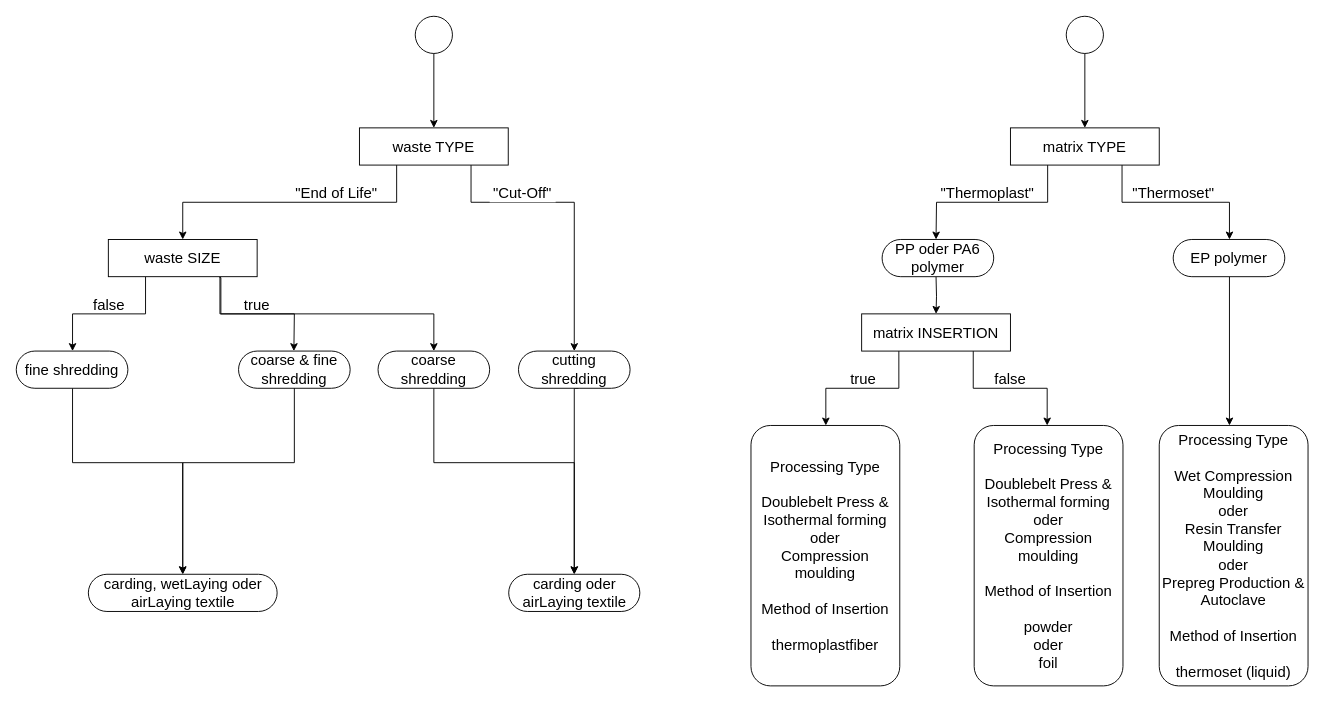
Above: diagrams/oekocap_webapp_abhaengigkeiten_diagramm.drawio in ITA-Augsburg/OEkoCap (draw.io), before the change. Source tidied: cells renumbered, new cells numbered last; positions are measured from the earlier drawing's top-left corner, leaving out a move shared by most shapes. Both pictures are drawn from the tidied source at 93%, with x=0, y=0 at pixel (16, 16).
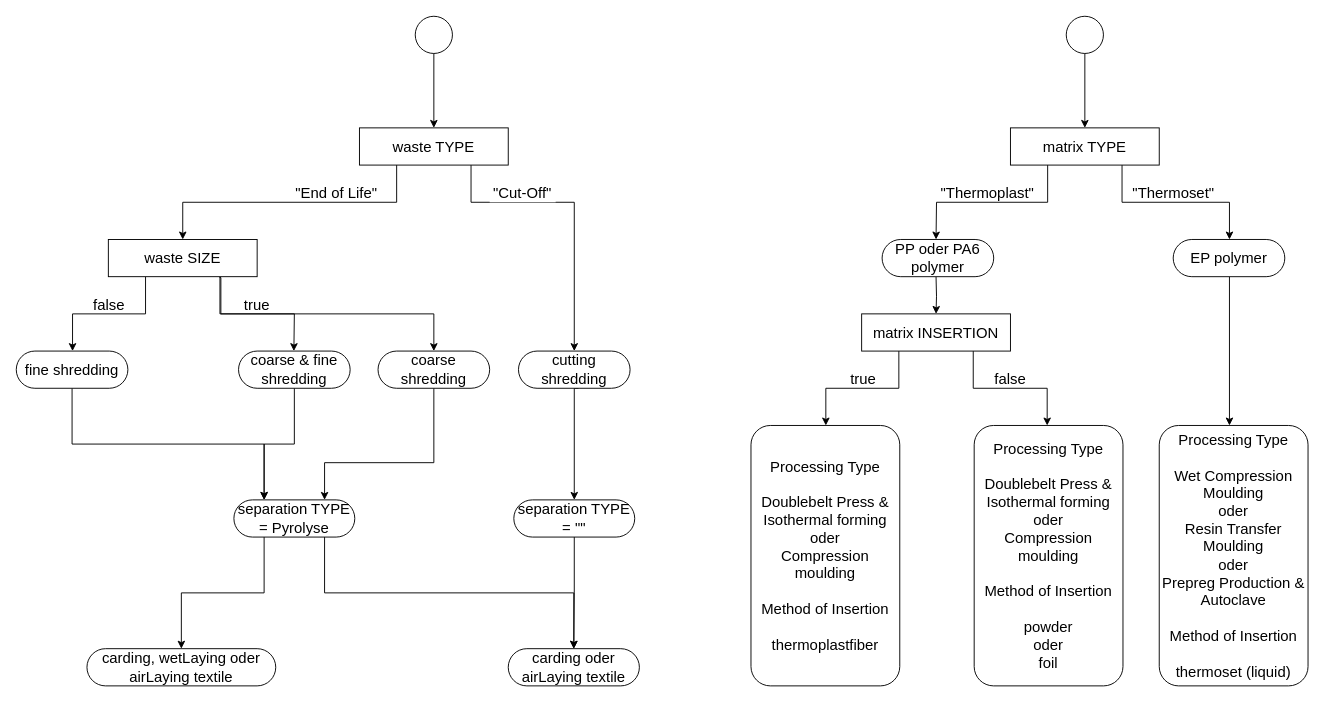
The same diagram, later.

The change refers to these unchanged cells:
```xml
<mxCell id="17" value="&lt;font style=&quot;font-size: 16px&quot;&gt;coarse &amp;amp; fine shredding&lt;/font&gt;" style="rounded=1;whiteSpace=wrap;html=1;arcSize=50;" parent="1" vertex="1">
  <mxGeometry x="239" y="360" width="120" height="40" as="geometry" />
</mxCell>
<mxCell id="18" value="&lt;font style=&quot;font-size: 16px&quot;&gt;fine shredding&lt;/font&gt;" style="rounded=1;whiteSpace=wrap;html=1;arcSize=50;" parent="1" vertex="1">
  <mxGeometry y="360" width="120" height="40" as="geometry" />
</mxCell>
<mxCell id="23" value="&lt;font style=&quot;font-size: 16px&quot;&gt;coarse shredding&lt;/font&gt;" style="rounded=1;whiteSpace=wrap;html=1;arcSize=50;" parent="1" vertex="1">
  <mxGeometry x="389" y="360" width="120" height="40" as="geometry" />
</mxCell>
```

Change to the diagram source:
```diff
@@
-    <mxCell id="15" style="edgeStyle=orthogonalEdgeStyle;rounded=0;jettySize=auto;html=1;entryX=0.5;entryY=0;entryDx=0;entryDy=0;" parent="1" edge="1" target="20">
-      <mxGeometry relative="1" as="geometry">
-        <mxPoint x="60.5" y="400" as="sourcePoint" />
-        <Array as="points">
-          <mxPoint x="60" y="480" />
-          <mxPoint x="179" y="480" />
-        </Array>
-      </mxGeometry>
-    </mxCell>
-    <mxCell id="16" style="edgeStyle=orthogonalEdgeStyle;rounded=0;jettySize=auto;html=1;entryX=0.5;entryY=0;entryDx=0;entryDy=0;fillColor=#d5e8d4;strokeWidth=1;" parent="1" edge="1" target="21">
+    <mxCell id="16" style="edgeStyle=orthogonalEdgeStyle;rounded=0;jettySize=auto;html=1;entryX=0.5;entryY=0;entryDx=0;entryDy=0;fillColor=#d5e8d4;strokeWidth=1;" parent="1" edge="1" target="48">
       <mxGeometry relative="1" as="geometry">
         <mxPoint x="604.5" y="400" as="sourcePoint" />
         <Array as="points">
           <mxPoint x="600" y="400" />
+          <mxPoint x="600" y="520" />
         </Array>
       </mxGeometry>
     </mxCell>
+    <mxCell id="44" style="edgeStyle=orthogonalEdgeStyle;rounded=0;jettySize=auto;html=1;entryX=0.25;entryY=0;entryDx=0;entryDy=0;" parent="1" edge="1" source="17" target="51">
+      <mxGeometry relative="1" as="geometry" />
+    </mxCell>
@@
+    <mxCell id="45" style="edgeStyle=orthogonalEdgeStyle;rounded=0;jettySize=auto;html=1;entryX=0.25;entryY=0;entryDx=0;entryDy=0;" parent="1" edge="1" source="18" target="51">
+      <mxGeometry relative="1" as="geometry">
+        <Array as="points">
+          <mxPoint x="60" y="460" />
+          <mxPoint x="267" y="460" />
+        </Array>
+      </mxGeometry>
+    </mxCell>
@@
     <mxCell id="20" value="&lt;font style=&quot;font-size: 16px&quot;&gt;carding, wetLaying oder airLaying textile&lt;/font&gt;" style="rounded=1;whiteSpace=wrap;html=1;arcSize=50;" parent="1" vertex="1">
-      <mxGeometry x="77.5" y="600" width="203" height="40" as="geometry" />
+      <mxGeometry x="76" y="680" width="203" height="40" as="geometry" />
     </mxCell>
     <mxCell id="21" value="&lt;font style=&quot;font-size: 16px&quot;&gt;carding oder airLaying textile&lt;/font&gt;" style="rounded=1;whiteSpace=wrap;html=1;arcSize=50;fillColor=#FFFFFF;" parent="1" vertex="1">
-      <mxGeometry x="529.5" y="600" width="141" height="40" as="geometry" />
+      <mxGeometry x="529" y="680" width="141" height="40" as="geometry" />
     </mxCell>
-    <mxCell id="22" style="edgeStyle=orthogonalEdgeStyle;rounded=0;jettySize=auto;html=1;entryX=0.5;entryY=0;entryDx=0;entryDy=0;strokeWidth=1;" parent="1" edge="1" source="23" target="21">
-      <mxGeometry relative="1" as="geometry">
-        <Array as="points">
-          <mxPoint x="449" y="480" />
-          <mxPoint x="600" y="480" />
-        </Array>
-      </mxGeometry>
-    </mxCell>
+    <mxCell id="46" style="edgeStyle=orthogonalEdgeStyle;rounded=0;jettySize=auto;html=1;entryX=0.75;entryY=0;entryDx=0;entryDy=0;" parent="1" edge="1" source="23" target="51">
+      <mxGeometry relative="1" as="geometry">
+        <Array as="points">
+          <mxPoint x="449" y="480" />
+          <mxPoint x="332" y="480" />
+        </Array>
+      </mxGeometry>
+    </mxCell>
@@
-    <mxCell id="43" style="edgeStyle=orthogonalEdgeStyle;rounded=0;jettySize=auto;html=1;exitX=0.5;exitY=1;exitDx=0;exitDy=0;entryX=0.5;entryY=0;entryDx=0;entryDy=0;" parent="1" edge="1" source="17" target="20">
-      <mxGeometry relative="1" as="geometry">
-        <Array as="points">
-          <mxPoint x="299" y="480" />
-          <mxPoint x="179" y="480" />
-        </Array>
-      </mxGeometry>
-    </mxCell>
+    <mxCell id="47" style="edgeStyle=orthogonalEdgeStyle;rounded=0;jettySize=auto;html=1;entryX=0.5;entryY=0;entryDx=0;entryDy=0;" parent="1" edge="1" source="48" target="21">
+      <mxGeometry relative="1" as="geometry" />
+    </mxCell>
+    <mxCell id="48" value="&lt;font style=&quot;font-size: 16px&quot;&gt;separation TYPE&lt;br&gt;= &quot;&quot;&lt;br&gt;&lt;/font&gt;" style="rounded=1;whiteSpace=wrap;html=1;arcSize=50;" parent="1" vertex="1">
+      <mxGeometry x="535" y="520" width="130" height="40" as="geometry" />
+    </mxCell>
+    <mxCell id="49" style="edgeStyle=orthogonalEdgeStyle;rounded=0;jettySize=auto;html=1;entryX=0.5;entryY=0;entryDx=0;entryDy=0;exitX=0.75;exitY=1;exitDx=0;exitDy=0;" parent="1" edge="1" source="51" target="21">
+      <mxGeometry relative="1" as="geometry">
+        <Array as="points">
+          <mxPoint x="332" y="620" />
+          <mxPoint x="600" y="620" />
+        </Array>
+      </mxGeometry>
+    </mxCell>
+    <mxCell id="50" style="edgeStyle=orthogonalEdgeStyle;rounded=0;jettySize=auto;html=1;entryX=0.5;entryY=0;entryDx=0;entryDy=0;exitX=0.25;exitY=1;exitDx=0;exitDy=0;" parent="1" edge="1" source="51" target="20">
+      <mxGeometry relative="1" as="geometry" />
+    </mxCell>
+    <mxCell id="51" value="&lt;font style=&quot;font-size: 16px&quot;&gt;separation TYPE&lt;br&gt;= Pyrolyse&lt;br&gt;&lt;/font&gt;" style="rounded=1;whiteSpace=wrap;html=1;arcSize=50;" parent="1" vertex="1">
+      <mxGeometry x="234" y="520" width="130" height="40" as="geometry" />
+    </mxCell>
```
